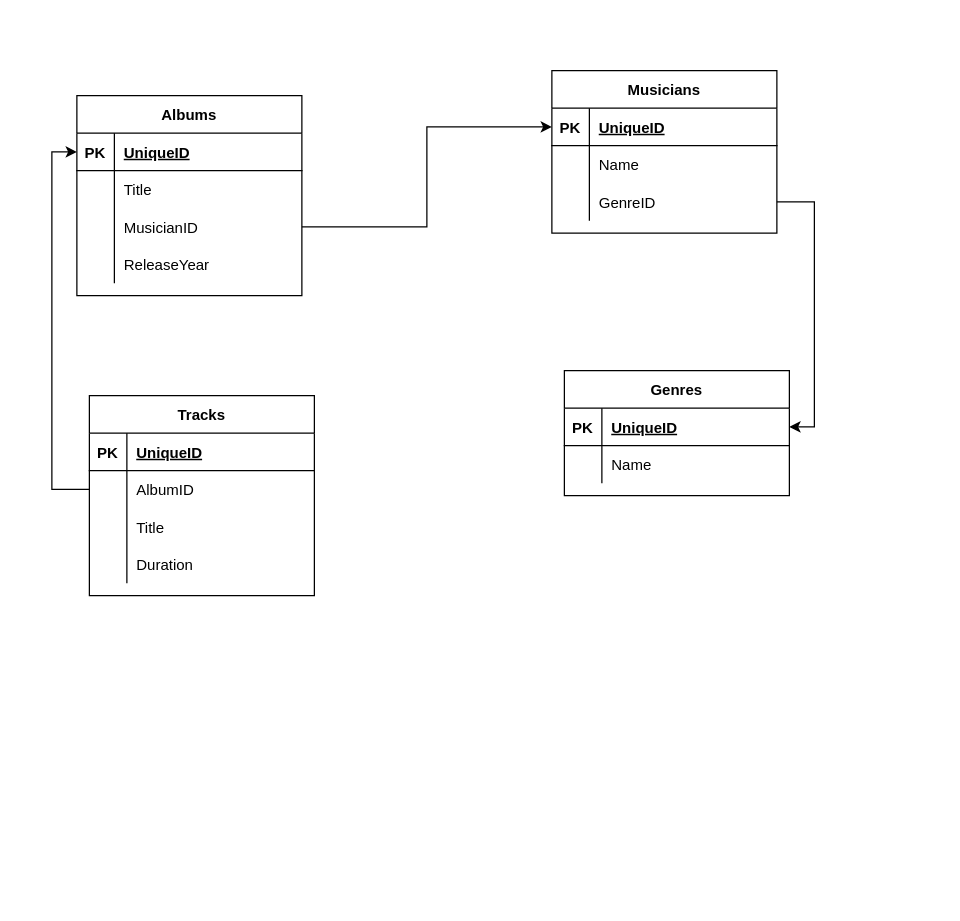
d-ival/ideamusic keeps this draw.io diagram as Untitled Diagram.drawio. Above is the earlier version. Source tidied: cells renumbered, new cells numbered last; positions are measured from the earlier drawing's top-left corner, leaving out a move shared by most shapes. Both pictures are drawn from the tidied source at 125%, with x=0, y=0 at pixel (76, 70).
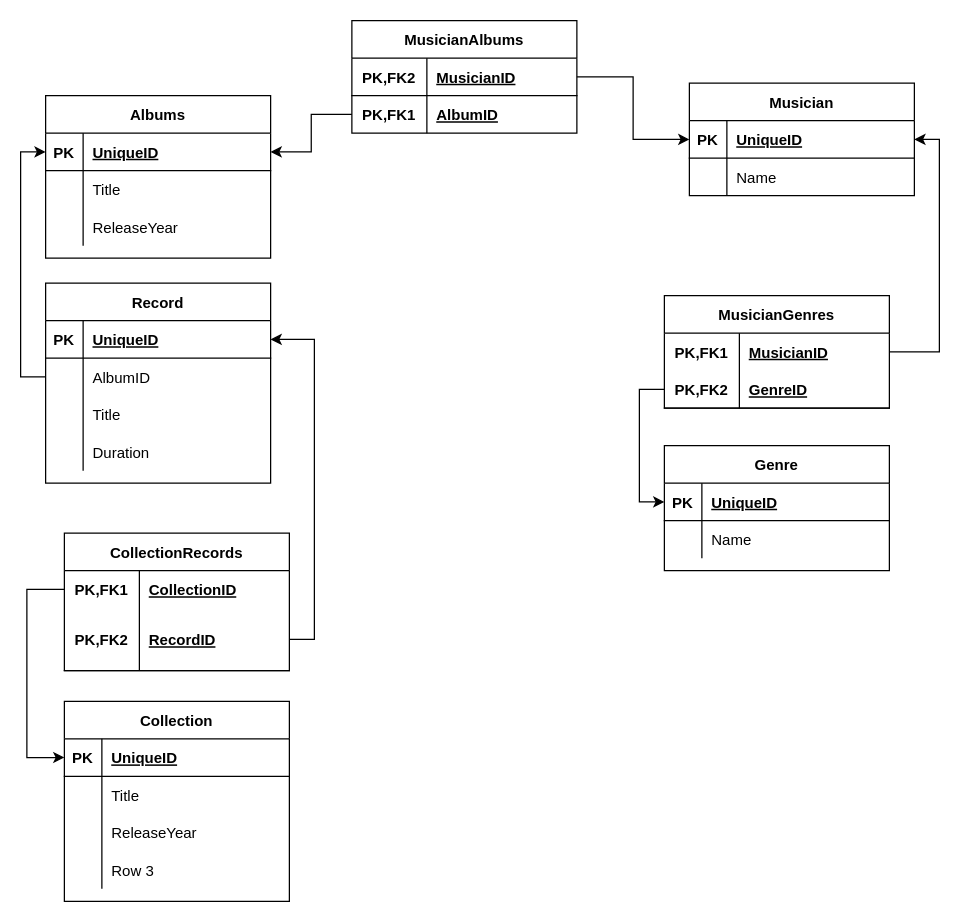
The same diagram, later.

The change refers to these unchanged cells:
```xml
<mxCell id="3" style="shape=partialRectangle;fillColor=none;top=0;left=0;bottom=1;right=0;points=[[0,0.5],[1,0.5]];portConstraint=eastwest;" parent="2" vertex="1">
  <mxGeometry y="30" width="180" height="30" as="geometry" />
</mxCell>
<mxCell id="16" style="shape=partialRectangle;fillColor=none;top=0;left=0;bottom=1;right=0;points=[[0,0.5],[1,0.5]];portConstraint=eastwest;" parent="15" vertex="1">
  <mxGeometry y="30" width="180" height="30" as="geometry" />
</mxCell>
<mxCell id="27" style="shape=partialRectangle;fillColor=none;top=0;left=0;bottom=1;right=0;points=[[0,0.5],[1,0.5]];portConstraint=eastwest;" parent="26" vertex="1">
  <mxGeometry y="30" width="180" height="30" as="geometry" />
</mxCell>
<mxCell id="30" style="shape=partialRectangle;fillColor=none;top=0;left=0;bottom=0;right=0;points=[[0,0.5],[1,0.5]];portConstraint=eastwest;" parent="26" vertex="1">
  <mxGeometry y="60" width="180" height="30" as="geometry" />
</mxCell>
```

What changed in the source:
```diff
@@
     <mxCell id="2" value="Albums" style="shape=table;startSize=30;childLayout=tableLayout;rowLines=0;fontStyle=1;align=center;" parent="1" vertex="1">
-      <mxGeometry y="20" width="180" height="160" as="geometry" />
+      <mxGeometry x="-25" y="20" width="180" height="130" as="geometry" />
     </mxCell>
@@
-    <mxCell id="9" style="shape=partialRectangle;fillColor=none;top=0;left=0;bottom=0;right=0;points=[[0,0.5],[1,0.5]];portConstraint=eastwest;" parent="2" vertex="1">
-      <mxGeometry y="90" width="180" height="30" as="geometry" />
-    </mxCell>
-    <mxCell id="10" style="shape=partialRectangle;fillColor=none;top=0;left=0;bottom=0;right=0;overflow=hidden;" parent="9" vertex="1">
-      <mxGeometry width="30" height="30" as="geometry" />
-    </mxCell>
-    <mxCell id="11" value="MusicianID" style="shape=partialRectangle;fillColor=none;top=0;left=0;bottom=0;right=0;align=left;spacingLeft=6;overflow=hidden;" parent="9" vertex="1">
-      <mxGeometry x="30" width="150" height="30" as="geometry" />
-    </mxCell>
     <mxCell id="12" style="shape=partialRectangle;fillColor=none;top=0;left=0;bottom=0;right=0;" parent="2" vertex="1">
-      <mxGeometry y="120" width="180" height="30" as="geometry" />
+      <mxGeometry y="90" width="180" height="30" as="geometry" />
     </mxCell>
@@
+    <mxCell id="25" style="edgeStyle=orthogonalEdgeStyle;rounded=0;jettySize=auto;html=1;entryX=0;entryY=0.5;entryDx=0;entryDy=0;" parent="1" edge="1" source="57" target="16">
+      <mxGeometry relative="1" as="geometry" />
+    </mxCell>
+    <mxCell id="39" style="edgeStyle=orthogonalEdgeStyle;rounded=0;jettySize=auto;html=1;entryX=0;entryY=0.5;entryDx=0;entryDy=0;" parent="1" edge="1" source="30" target="3">
+      <mxGeometry relative="1" as="geometry" />
+    </mxCell>
+    <mxCell id="48" style="edgeStyle=orthogonalEdgeStyle;rounded=0;jettySize=auto;html=1;entryX=0;entryY=0.5;entryDx=0;entryDy=0;" parent="1" edge="1" source="54" target="41">
+      <mxGeometry relative="1" as="geometry" />
+    </mxCell>
+    <mxCell id="49" style="edgeStyle=orthogonalEdgeStyle;rounded=0;jettySize=auto;html=1;entryX=1;entryY=0.5;entryDx=0;entryDy=0;" parent="1" edge="1" source="51" target="16">
+      <mxGeometry relative="1" as="geometry" />
+    </mxCell>
+    <mxCell id="50" value="MusicianGenres" style="shape=table;startSize=30;childLayout=tableLayout;rowLines=0;fontStyle=1;align=center;" parent="1" vertex="1">
+      <mxGeometry x="470" y="180" width="180" height="90" as="geometry" />
+    </mxCell>
+    <mxCell id="51" style="shape=partialRectangle;fillColor=none;top=0;left=0;bottom=0;right=0;points=[[0,0.5],[1,0.5]];portConstraint=eastwest;" parent="50" vertex="1">
+      <mxGeometry y="30" width="180" height="30" as="geometry" />
+    </mxCell>
+    <mxCell id="52" value="PK,FK1" style="shape=partialRectangle;fillColor=none;top=0;left=0;bottom=0;right=0;fontStyle=1;overflow=hidden;" parent="51" vertex="1">
+      <mxGeometry width="60" height="30" as="geometry" />
+    </mxCell>
+    <mxCell id="53" value="MusicianID" style="shape=partialRectangle;fillColor=none;top=0;left=0;bottom=0;right=0;align=left;spacingLeft=6;fontStyle=5;overflow=hidden;" parent="51" vertex="1">
+      <mxGeometry x="60" width="120" height="30" as="geometry" />
+    </mxCell>
+    <mxCell id="54" style="shape=partialRectangle;fillColor=none;top=0;left=0;bottom=1;right=0;points=[[0,0.5],[1,0.5]];portConstraint=eastwest;" parent="50" vertex="1">
+      <mxGeometry y="60" width="180" height="30" as="geometry" />
+    </mxCell>
+    <mxCell id="55" value="PK,FK2" style="shape=partialRectangle;fillColor=none;top=0;left=0;bottom=0;right=0;fontStyle=1;overflow=hidden;" parent="54" vertex="1">
+      <mxGeometry width="60" height="30" as="geometry" />
+    </mxCell>
+    <mxCell id="24" value="GenreID" style="shape=partialRectangle;fillColor=none;top=0;left=0;bottom=0;right=0;align=left;spacingLeft=6;fontStyle=5;overflow=hidden;" parent="54" vertex="1">
+      <mxGeometry x="60" width="120" height="30" as="geometry" />
+    </mxCell>
-    <mxCell id="15" value="Musicians" style="shape=table;startSize=30;childLayout=tableLayout;rowLines=0;fontStyle=1;align=center;" parent="1" vertex="1">
-      <mxGeometry x="380" width="180" height="130" as="geometry" />
+    <mxCell id="15" value="Musician" style="shape=table;startSize=30;childLayout=tableLayout;rowLines=0;fontStyle=1;align=center;" parent="1" vertex="1">
+      <mxGeometry x="490" y="10" width="180" height="90" as="geometry" />
     </mxCell>
@@
-    <mxCell id="22" style="shape=partialRectangle;fillColor=none;top=0;left=0;bottom=0;right=0;points=[[0,0.5],[1,0.5]];portConstraint=eastwest;" parent="15" vertex="1">
-      <mxGeometry y="90" width="180" height="30" as="geometry" />
-    </mxCell>
-    <mxCell id="23" style="shape=partialRectangle;fillColor=none;top=0;left=0;bottom=0;right=0;overflow=hidden;" parent="22" vertex="1">
-      <mxGeometry width="30" height="30" as="geometry" />
-    </mxCell>
-    <mxCell id="24" value="GenreID" style="shape=partialRectangle;fillColor=none;top=0;left=0;bottom=0;right=0;align=left;spacingLeft=6;overflow=hidden;" parent="22" vertex="1">
-      <mxGeometry x="30" width="150" height="30" as="geometry" />
-    </mxCell>
-    <mxCell id="25" style="edgeStyle=orthogonalEdgeStyle;rounded=0;jettySize=auto;html=1;exitX=1;exitY=0.5;exitDx=0;exitDy=0;entryX=0;entryY=0.5;entryDx=0;entryDy=0;" parent="1" edge="1" source="9" target="16">
-      <mxGeometry relative="1" as="geometry" />
-    </mxCell>
+    <mxCell id="56" value="MusicianAlbums" style="shape=table;startSize=30;childLayout=tableLayout;rowLines=0;fontStyle=1;align=center;" parent="1" vertex="1">
+      <mxGeometry x="220" y="-40" width="180" height="90" as="geometry" />
+    </mxCell>
+    <mxCell id="57" style="shape=partialRectangle;fillColor=none;top=0;left=0;bottom=1;right=0;points=[[0,0.5],[1,0.5]];portConstraint=eastwest;" parent="56" vertex="1">
+      <mxGeometry y="30" width="180" height="30" as="geometry" />
+    </mxCell>
+    <mxCell id="58" value="PK,FK2" style="shape=partialRectangle;fillColor=none;top=0;left=0;bottom=0;right=0;fontStyle=1;overflow=hidden;" parent="57" vertex="1">
+      <mxGeometry width="60" height="30" as="geometry" />
+    </mxCell>
+    <mxCell id="59" value="MusicianID" style="shape=partialRectangle;fillColor=none;top=0;left=0;bottom=0;right=0;align=left;spacingLeft=6;fontStyle=5;overflow=hidden;" parent="57" vertex="1">
+      <mxGeometry x="60" width="120" height="30" as="geometry" />
+    </mxCell>
+    <mxCell id="60" style="shape=partialRectangle;fillColor=none;top=0;left=0;bottom=0;right=0;points=[[0,0.5],[1,0.5]];portConstraint=eastwest;" parent="56" vertex="1">
+      <mxGeometry y="60" width="180" height="30" as="geometry" />
+    </mxCell>
+    <mxCell id="61" value="PK,FK1" style="shape=partialRectangle;fillColor=none;top=0;left=0;bottom=0;right=0;fontStyle=1;overflow=hidden;" parent="60" vertex="1">
+      <mxGeometry width="60" height="30" as="geometry" />
+    </mxCell>
+    <mxCell id="62" value="AlbumID" style="shape=partialRectangle;fillColor=none;top=0;left=0;bottom=0;right=0;align=left;spacingLeft=6;fontStyle=5;overflow=hidden;" parent="60" vertex="1">
+      <mxGeometry x="60" width="120" height="30" as="geometry" />
+    </mxCell>
+    <mxCell id="63" style="edgeStyle=orthogonalEdgeStyle;rounded=0;jettySize=auto;html=1;" parent="1" edge="1" source="60" target="3">
+      <mxGeometry relative="1" as="geometry" />
+    </mxCell>
+    <mxCell id="40" value="Genre" style="shape=table;startSize=30;childLayout=tableLayout;rowLines=0;fontStyle=1;align=center;" parent="1" vertex="1">
+      <mxGeometry x="470" y="300" width="180" height="100" as="geometry" />
+    </mxCell>
+    <mxCell id="41" style="shape=partialRectangle;fillColor=none;top=0;left=0;bottom=1;right=0;points=[[0,0.5],[1,0.5]];portConstraint=eastwest;" parent="40" vertex="1">
+      <mxGeometry y="30" width="180" height="30" as="geometry" />
+    </mxCell>
+    <mxCell id="42" value="PK" style="shape=partialRectangle;fillColor=none;top=0;left=0;bottom=0;right=0;fontStyle=1;overflow=hidden;" parent="41" vertex="1">
+      <mxGeometry width="30" height="30" as="geometry" />
+    </mxCell>
+    <mxCell id="43" value="UniqueID" style="shape=partialRectangle;fillColor=none;top=0;left=0;bottom=0;right=0;align=left;spacingLeft=6;fontStyle=5;overflow=hidden;" parent="41" vertex="1">
+      <mxGeometry x="30" width="150" height="30" as="geometry" />
+    </mxCell>
+    <mxCell id="44" style="shape=partialRectangle;fillColor=none;top=0;left=0;bottom=0;right=0;" parent="40" vertex="1">
+      <mxGeometry y="60" width="180" height="30" as="geometry" />
+    </mxCell>
+    <mxCell id="45" style="shape=partialRectangle;fillColor=none;top=0;left=0;bottom=0;right=0;overflow=hidden;" parent="44" vertex="1">
+      <mxGeometry width="30" height="30" as="geometry" />
+    </mxCell>
+    <mxCell id="46" value="Name" style="shape=partialRectangle;fillColor=none;top=0;left=0;bottom=0;right=0;align=left;spacingLeft=6;overflow=hidden;" parent="44" vertex="1">
+      <mxGeometry x="30" width="150" height="30" as="geometry" />
+    </mxCell>
+    <mxCell id="64" style="edgeStyle=orthogonalEdgeStyle;rounded=0;jettySize=auto;html=1;entryX=0;entryY=0.5;entryDx=0;entryDy=0;exitX=0;exitY=0.5;exitDx=0;exitDy=0;" parent="1" edge="1" source="67" target="74">
+      <mxGeometry relative="1" as="geometry">
+        <Array as="points">
+          <mxPoint x="-40" y="415" />
+          <mxPoint x="-40" y="550" />
+        </Array>
+      </mxGeometry>
+    </mxCell>
+    <mxCell id="65" style="edgeStyle=orthogonalEdgeStyle;rounded=0;jettySize=auto;html=1;entryX=1;entryY=0.5;entryDx=0;entryDy=0;" parent="1" edge="1" source="70" target="27">
+      <mxGeometry relative="1" as="geometry">
+        <Array as="points">
+          <mxPoint x="190" y="455" />
+          <mxPoint x="190" y="215" />
+        </Array>
+      </mxGeometry>
+    </mxCell>
-    <mxCell id="26" value="Tracks" style="shape=table;startSize=30;childLayout=tableLayout;rowLines=0;fontStyle=1;align=center;" parent="1" vertex="1">
-      <mxGeometry x="10" y="260" width="180" height="160" as="geometry" />
+    <mxCell id="26" value="Record" style="shape=table;startSize=30;childLayout=tableLayout;rowLines=0;fontStyle=1;align=center;" parent="1" vertex="1">
+      <mxGeometry x="-25" y="170" width="180" height="160" as="geometry" />
     </mxCell>
@@
-    <mxCell id="39" style="edgeStyle=orthogonalEdgeStyle;rounded=0;jettySize=auto;html=1;entryX=0;entryY=0.5;entryDx=0;entryDy=0;" parent="1" edge="1" source="30" target="3">
-      <mxGeometry relative="1" as="geometry" />
-    </mxCell>
-    <mxCell id="40" value="Genres" style="shape=table;startSize=30;childLayout=tableLayout;rowLines=0;fontStyle=1;align=center;" parent="1" vertex="1">
-      <mxGeometry x="390" y="240" width="180" height="100" as="geometry" />
-    </mxCell>
-    <mxCell id="41" style="shape=partialRectangle;fillColor=none;top=0;left=0;bottom=1;right=0;points=[[0,0.5],[1,0.5]];portConstraint=eastwest;" parent="40" vertex="1">
-      <mxGeometry y="30" width="180" height="30" as="geometry" />
-    </mxCell>
-    <mxCell id="42" value="PK" style="shape=partialRectangle;fillColor=none;top=0;left=0;bottom=0;right=0;fontStyle=1;overflow=hidden;" parent="41" vertex="1">
-      <mxGeometry width="30" height="30" as="geometry" />
-    </mxCell>
-    <mxCell id="43" value="UniqueID" style="shape=partialRectangle;fillColor=none;top=0;left=0;bottom=0;right=0;align=left;spacingLeft=6;fontStyle=5;overflow=hidden;" parent="41" vertex="1">
-      <mxGeometry x="30" width="150" height="30" as="geometry" />
-    </mxCell>
-    <mxCell id="44" style="shape=partialRectangle;fillColor=none;top=0;left=0;bottom=0;right=0;" parent="40" vertex="1">
-      <mxGeometry y="60" width="180" height="30" as="geometry" />
-    </mxCell>
-    <mxCell id="45" style="shape=partialRectangle;fillColor=none;top=0;left=0;bottom=0;right=0;overflow=hidden;" parent="44" vertex="1">
-      <mxGeometry width="30" height="30" as="geometry" />
-    </mxCell>
-    <mxCell id="46" value="Name" style="shape=partialRectangle;fillColor=none;top=0;left=0;bottom=0;right=0;align=left;spacingLeft=6;overflow=hidden;" parent="44" vertex="1">
-      <mxGeometry x="30" width="150" height="30" as="geometry" />
-    </mxCell>
-    <mxCell id="47" style="edgeStyle=orthogonalEdgeStyle;rounded=0;jettySize=auto;html=1;exitX=1;exitY=0.5;exitDx=0;exitDy=0;entryX=1;entryY=0.5;entryDx=0;entryDy=0;" parent="1" edge="1" source="22" target="41">
-      <mxGeometry relative="1" as="geometry" />
-    </mxCell>
+    <mxCell id="66" value="CollectionRecords" style="shape=table;startSize=30;childLayout=tableLayout;rowLines=0;fontStyle=1;align=center;" parent="1" vertex="1">
+      <mxGeometry x="-10" y="370" width="180" height="110" as="geometry" />
+    </mxCell>
+    <mxCell id="67" style="shape=partialRectangle;fillColor=none;top=0;left=0;bottom=0;right=0;points=[[0,0.5],[1,0.5]];portConstraint=eastwest;" parent="66" vertex="1">
+      <mxGeometry y="30" width="180" height="30" as="geometry" />
+    </mxCell>
+    <mxCell id="68" value="PK,FK1" style="shape=partialRectangle;fillColor=none;top=0;left=0;bottom=0;right=0;fontStyle=1;overflow=hidden;" parent="67" vertex="1">
+      <mxGeometry width="60" height="30" as="geometry" />
+    </mxCell>
+    <mxCell id="69" value="CollectionID" style="shape=partialRectangle;fillColor=none;top=0;left=0;bottom=0;right=0;align=left;spacingLeft=6;fontStyle=5;overflow=hidden;" parent="67" vertex="1">
+      <mxGeometry x="60" width="120" height="30" as="geometry" />
+    </mxCell>
+    <mxCell id="70" style="shape=partialRectangle;fillColor=none;top=0;left=0;bottom=1;right=0;points=[[0,0.5],[1,0.5]];portConstraint=eastwest;" parent="66" vertex="1">
+      <mxGeometry y="60" width="180" height="50" as="geometry" />
+    </mxCell>
+    <mxCell id="71" value="PK,FK2" style="shape=partialRectangle;fillColor=none;top=0;left=0;bottom=0;right=0;fontStyle=1;overflow=hidden;" parent="70" vertex="1">
+      <mxGeometry width="60" height="50" as="geometry" />
+    </mxCell>
+    <mxCell id="72" value="RecordID" style="shape=partialRectangle;fillColor=none;top=0;left=0;bottom=0;right=0;align=left;spacingLeft=6;fontStyle=5;overflow=hidden;" parent="70" vertex="1">
+      <mxGeometry x="60" width="120" height="50" as="geometry" />
+    </mxCell>
+    <mxCell id="73" value="Collection" style="shape=table;startSize=30;childLayout=tableLayout;rowLines=0;fontStyle=1;align=center;" parent="1" vertex="1">
+      <mxGeometry x="-10" y="504.5" width="180" height="160" as="geometry" />
+    </mxCell>
+    <mxCell id="74" style="shape=partialRectangle;fillColor=none;top=0;left=0;bottom=1;right=0;points=[[0,0.5],[1,0.5]];portConstraint=eastwest;" parent="73" vertex="1">
+      <mxGeometry y="30" width="180" height="30" as="geometry" />
+    </mxCell>
+    <mxCell id="75" value="PK" style="shape=partialRectangle;fillColor=none;top=0;left=0;bottom=0;right=0;fontStyle=1;overflow=hidden;" parent="74" vertex="1">
+      <mxGeometry width="30" height="30" as="geometry" />
+    </mxCell>
+    <mxCell id="76" value="UniqueID" style="shape=partialRectangle;fillColor=none;top=0;left=0;bottom=0;right=0;align=left;spacingLeft=6;fontStyle=5;overflow=hidden;" parent="74" vertex="1">
+      <mxGeometry x="30" width="150" height="30" as="geometry" />
+    </mxCell>
+    <mxCell id="77" style="shape=partialRectangle;fillColor=none;top=0;left=0;bottom=0;right=0;" parent="73" vertex="1">
+      <mxGeometry y="60" width="180" height="30" as="geometry" />
+    </mxCell>
+    <mxCell id="78" style="shape=partialRectangle;fillColor=none;top=0;left=0;bottom=0;right=0;overflow=hidden;" parent="77" vertex="1">
+      <mxGeometry width="30" height="30" as="geometry" />
+    </mxCell>
+    <mxCell id="79" value="Title" style="shape=partialRectangle;fillColor=none;top=0;left=0;bottom=0;right=0;align=left;spacingLeft=6;overflow=hidden;" parent="77" vertex="1">
+      <mxGeometry x="30" width="150" height="30" as="geometry" />
+    </mxCell>
+    <mxCell id="80" style="shape=partialRectangle;fillColor=none;top=0;left=0;bottom=0;right=0;" parent="73" vertex="1">
+      <mxGeometry y="90" width="180" height="30" as="geometry" />
+    </mxCell>
+    <mxCell id="81" style="shape=partialRectangle;fillColor=none;top=0;left=0;bottom=0;right=0;overflow=hidden;" parent="80" vertex="1">
+      <mxGeometry width="30" height="30" as="geometry" />
+    </mxCell>
+    <mxCell id="82" value="ReleaseYear" style="shape=partialRectangle;fillColor=none;top=0;left=0;bottom=0;right=0;align=left;spacingLeft=6;overflow=hidden;" parent="80" vertex="1">
+      <mxGeometry x="30" width="150" height="30" as="geometry" />
+    </mxCell>
+    <mxCell id="83" style="shape=partialRectangle;fillColor=none;top=0;left=0;bottom=0;right=0;" parent="73" vertex="1">
+      <mxGeometry y="120" width="180" height="30" as="geometry" />
+    </mxCell>
+    <mxCell id="84" style="shape=partialRectangle;fillColor=none;top=0;left=0;bottom=0;right=0;overflow=hidden;" parent="83" vertex="1">
+      <mxGeometry width="30" height="30" as="geometry" />
+    </mxCell>
+    <mxCell id="85" value="Row 3" style="shape=partialRectangle;fillColor=none;top=0;left=0;bottom=0;right=0;align=left;spacingLeft=6;overflow=hidden;" parent="83" vertex="1">
+      <mxGeometry x="30" width="150" height="30" as="geometry" />
+    </mxCell>
```
